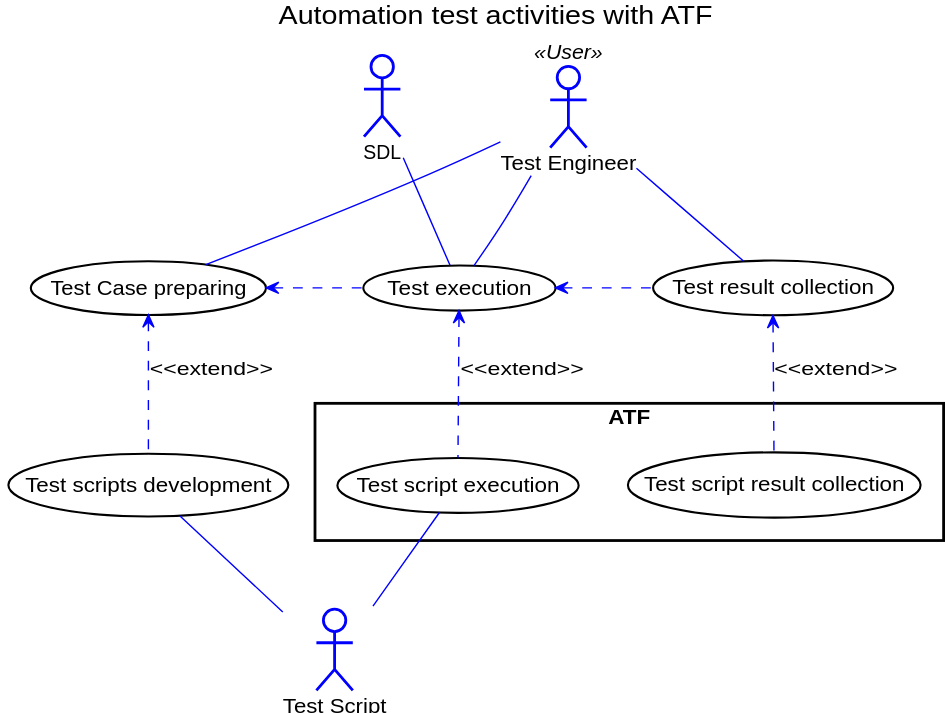
smartdevicelink/sdl_core_guides keeps this PlantUML diagram as docs/ATF/Use Case View/assets/2_automation_test_activities.svg. Above is the earlier version. Its source is kept beside it as docs/ATF/Use Case View/assets/2_automation_test_activities.plantuml. The source it was exported from:
```plantuml
@startuml

skinparam shadowing false
skinparam actorBackgroundColor white
skinparam actorBorderColor blue
skinparam usecase {
	BackgroundColor white
	BorderColor black

	ArrowColor blue
	ActorBorderColor blue
}
title Automation test activities with ATF

actor "Test Engineer" as :user: <<User>>
actor "Test Script" as :script:
actor :SDL:
usecase (Test Case preparing) as (test_case)
usecase (Test execution) as (test_exec)
usecase (Test result collection) as (test_collect)

usecase (Test scripts development) as (test_case_auto)
rectangle ATF {
    usecase (Test script execution)  as (test_exec_auto)
    usecase (Test script result collection) as (test_collect_auto)
}

:SDL: -[hidden]right- :user:
:SDL: -down- (test_exec)
:user: -down- (test_case)
:user: -down- (test_exec)
:user: -down- (test_collect)

(test_case) <.down. (test_case_auto) : <<extend>>
(test_exec) <.down. (test_exec_auto) : <<extend>>
(test_collect) <.down. (test_collect_auto) : <<extend>>

(test_case) <. (test_exec)
(test_exec) <. (test_collect)

:script: -up- (test_case_auto)
:script: -up- (test_exec_auto)

@enduml
```
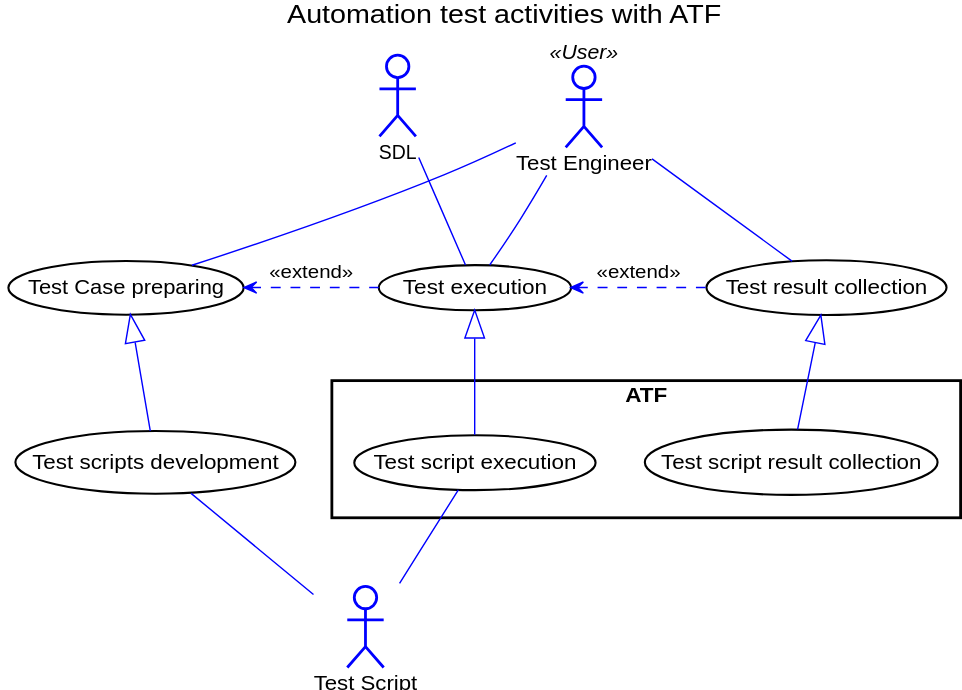
After the change.

Commit message:
Update ATF SAD Use Case chapter Fixed wrong relationships Related issue(s): APPLINK-16160, APPLINK-16190, APPLINK-16219

The edit, as a diff of the source:
```diff
@@ -26,17 +26,17 @@
 }
 
 :SDL: -[hidden]right- :user:
-:SDL: -down- (test_exec)
+:SDL:  -down- (test_exec)
 :user: -down- (test_case)
 :user: -down- (test_exec)
 :user: -down- (test_collect)
 
-(test_case) <.down. (test_case_auto) : <<extend>>
-(test_exec) <.down. (test_exec_auto) : <<extend>>
-(test_collect) <.down. (test_collect_auto) : <<extend>>
+(test_case) <. (test_exec)    : <<extend>>
+(test_exec) <. (test_collect) : <<extend>>
 
-(test_case) <. (test_exec)
-(test_exec) <. (test_collect)
+(test_case)    <|-down- (test_case_auto)
+(test_exec)    <|-down- (test_exec_auto)
+(test_collect) <|-down- (test_collect_auto)
 
 :script: -up- (test_case_auto)
 :script: -up- (test_exec_auto)
```
